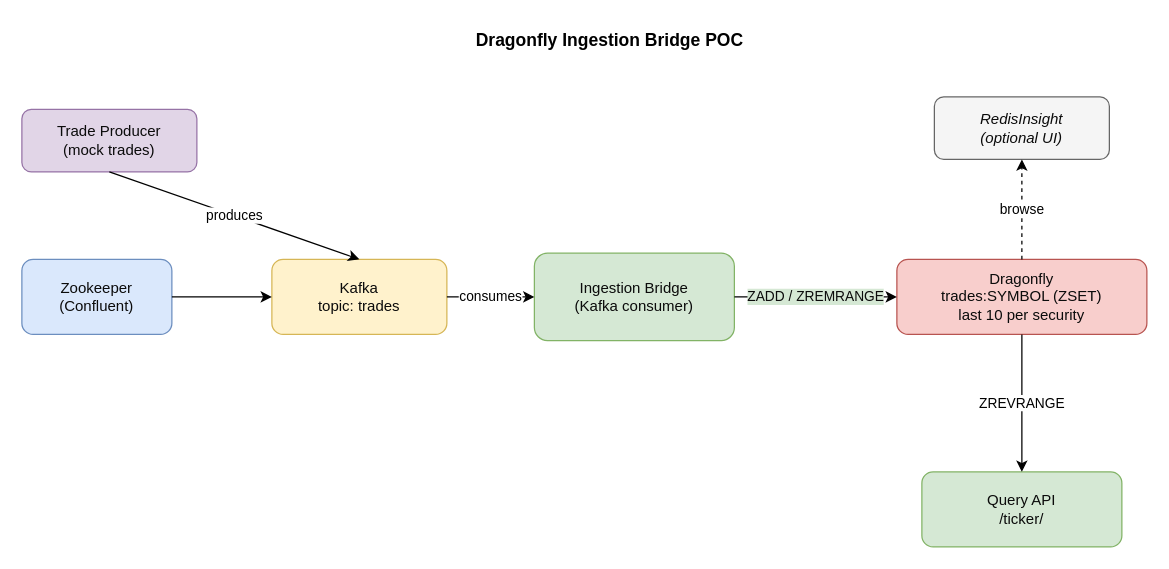
getarz4u15ster/dragonflydb-oss keeps this draw.io diagram as docs/architecture.drawio. Above is the earlier version. Source tidied: cells renumbered, new cells numbered last; positions are measured from the earlier drawing's top-left corner, leaving out a move shared by most shapes. Both pictures are drawn from the tidied source at 125%, with x=0, y=0 at pixel (21, 21).
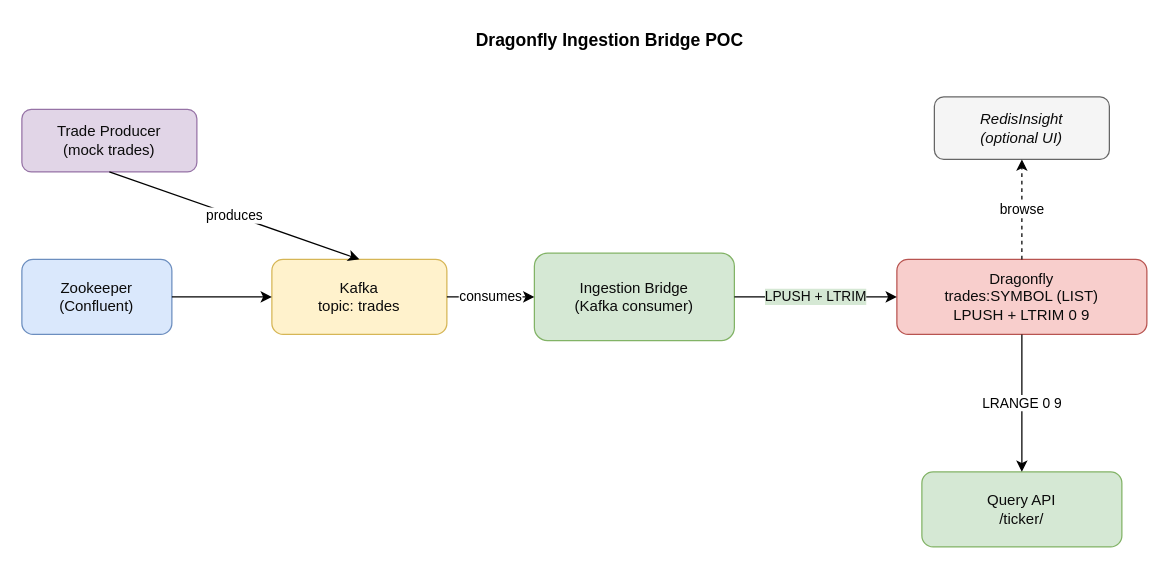
The same diagram, later.

Commit message (it also covers changes not shown here):
Switch to LIST-based last-10 trades; fix API/benchmark/scripts

What changed in the source:
```diff
@@
 <mxGraphModel>
   <root>
     <mxCell id="0" />
     <mxCell id="1" parent="0" />
     <mxCell id="2" value="Zookeeper&#10;(Confluent)" style="rounded=1;whiteSpace=wrap;html=1;fillColor=#dae8fc;strokeColor=#6c8ebf;fontColor=#0B0B0B;" parent="1" vertex="1">
       <mxGeometry y="190" width="120" height="60" as="geometry" />
     </mxCell>
     <mxCell id="3" value="Kafka&#10;topic: trades" style="rounded=1;whiteSpace=wrap;html=1;fillColor=#fff2cc;strokeColor=#d6b656;fontColor=#0B0B0B;" parent="1" vertex="1">
       <mxGeometry x="200" y="190" width="140" height="60" as="geometry" />
     </mxCell>
     <mxCell id="4" value="Trade Producer&#10;(mock trades)" style="rounded=1;whiteSpace=wrap;html=1;fillColor=#e1d5e7;strokeColor=#9673a6;fontColor=#0B0B0B;" parent="1" vertex="1">
       <mxGeometry y="70" width="140" height="50" as="geometry" />
     </mxCell>
     <mxCell id="5" value="Ingestion Bridge&#10;(Kafka consumer)" style="rounded=1;whiteSpace=wrap;html=1;fillColor=#d5e8d4;strokeColor=#82b366;fontColor=#0B0B0B;" parent="1" vertex="1">
       <mxGeometry x="410" y="185" width="160" height="70" as="geometry" />
     </mxCell>
-    <mxCell id="6" value="Dragonfly&#10;trades:SYMBOL (ZSET)&#10;last 10 per security" style="rounded=1;whiteSpace=wrap;html=1;fillColor=#f8cecc;strokeColor=#b85450;fontColor=#0B0B0B;" parent="1" vertex="1">
+    <mxCell id="6" value="Dragonfly&#10;trades:SYMBOL (LIST)&#10;LPUSH + LTRIM 0 9" style="rounded=1;whiteSpace=wrap;html=1;fillColor=#f8cecc;strokeColor=#b85450;fontColor=#0B0B0B;" parent="1" vertex="1">
       <mxGeometry x="700" y="190" width="200" height="60" as="geometry" />
     </mxCell>
     <mxCell id="7" value="Query API&#10;/ticker/" style="rounded=1;whiteSpace=wrap;html=1;fillColor=#d5e8d4;strokeColor=#82b366;fontColor=#0B0B0B;" parent="1" vertex="1">
       <mxGeometry x="720" y="360" width="160" height="60" as="geometry" />
     </mxCell>
     <mxCell id="8" value="RedisInsight&#10;(optional UI)" style="rounded=1;whiteSpace=wrap;html=1;fillColor=#f5f5f5;strokeColor=#666666;fontStyle=2;fontColor=#0B0B0B;" parent="1" vertex="1">
       <mxGeometry x="730" y="60" width="140" height="50" as="geometry" />
     </mxCell>
     <mxCell id="9" value="Dragonfly Ingestion Bridge POC" style="text;html=1;strokeColor=none;fillColor=none;align=center;verticalAlign=middle;fontStyle=1;fontSize=14;" parent="1" vertex="1">
       <mxGeometry x="350" width="240" height="30" as="geometry" />
     </mxCell>
     <mxCell id="10" style="endArrow=classic;html=1;rounded=0;exitX=1;exitY=0.5;exitDx=0;exitDy=0;entryX=0;entryY=0.5;entryDx=0;entryDy=0;" parent="1" edge="1" source="2" target="3">
       <mxGeometry relative="1" as="geometry" />
     </mxCell>
     <mxCell id="11" value="produces" style="endArrow=classic;html=1;rounded=0;exitX=0.5;exitY=1;exitDx=0;exitDy=0;entryX=0.5;entryY=0;entryDx=0;entryDy=0;" parent="1" edge="1" source="4" target="3">
       <mxGeometry relative="1" as="geometry" />
     </mxCell>
     <mxCell id="12" value="consumes" style="endArrow=classic;html=1;rounded=0;exitX=1;exitY=0.5;exitDx=0;exitDy=0;entryX=0;entryY=0.5;entryDx=0;entryDy=0;" parent="1" edge="1" source="3" target="5">
       <mxGeometry relative="1" as="geometry" />
     </mxCell>
-    <mxCell id="13" value="ZADD / ZREMRANGE" style="endArrow=classic;html=1;rounded=0;exitX=1;exitY=0.5;exitDx=0;exitDy=0;entryX=0;entryY=0.5;entryDx=0;entryDy=0;labelBackgroundColor=#D5E8D4;fontColor=#0B0B0B;" parent="1" edge="1" source="5" target="6">
+    <mxCell id="13" value="LPUSH + LTRIM" style="endArrow=classic;html=1;rounded=0;exitX=1;exitY=0.5;exitDx=0;exitDy=0;entryX=0;entryY=0.5;entryDx=0;entryDy=0;labelBackgroundColor=#D5E8D4;fontColor=#0B0B0B;" parent="1" edge="1" source="5" target="6">
       <mxGeometry relative="1" as="geometry" />
     </mxCell>
-    <mxCell id="14" value="ZREVRANGE" style="endArrow=classic;html=1;rounded=0;exitX=0.5;exitY=1;exitDx=0;exitDy=0;entryX=0.5;entryY=0;entryDx=0;entryDy=0;" parent="1" edge="1" source="6" target="7">
+    <mxCell id="14" value="LRANGE 0 9" style="endArrow=classic;html=1;rounded=0;exitX=0.5;exitY=1;exitDx=0;exitDy=0;entryX=0.5;entryY=0;entryDx=0;entryDy=0;" parent="1" edge="1" source="6" target="7">
       <mxGeometry relative="1" as="geometry" />
     </mxCell>
     <mxCell id="15" value="browse" style="endArrow=classic;html=1;rounded=0;dashed=1;exitX=0.5;exitY=0;exitDx=0;exitDy=0;entryX=0.5;entryY=1;entryDx=0;entryDy=0;" parent="1" edge="1" source="6" target="8">
       <mxGeometry relative="1" as="geometry" />
     </mxCell>
   </root>
 </mxGraphModel>
```
